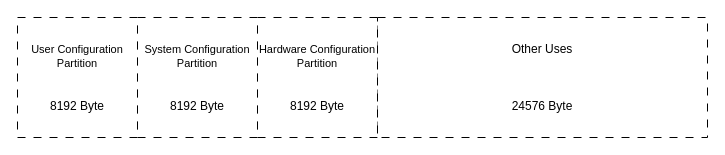
Above: docs/config_eeprom_example.drawio in bristlemouth/bm_core (draw.io), before the change. Source tidied: cells renumbered, new cells numbered last; positions are measured from the earlier drawing's top-left corner, leaving out a move shared by most shapes. Both pictures are drawn from the tidied source at 100%, with x=0, y=0 at pixel (17, 17).
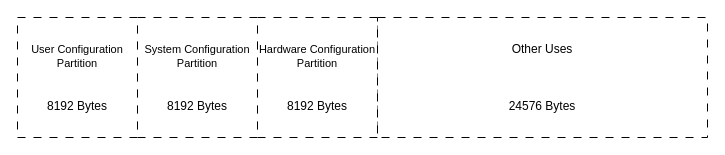
The same page after the edit.

Commit message (it also covers changes not shown here):
Replace keypair with key-value pair or reword it in a better context, also fixes byte in drawio file

Diff of the diagram source:
```diff
@@
 <mxGraphModel>
   <root>
     <mxCell id="0" />
     <mxCell id="1" parent="0" />
-    <mxCell id="2" value="&lt;font style=&quot;font-size: 11px;&quot;&gt;User Configuration Partition&lt;br&gt;&lt;/font&gt;&lt;br&gt;&lt;br&gt;&lt;div&gt;8192 Byte&lt;/div&gt;" style="rounded=0;whiteSpace=wrap;html=1;dashed=1;dashPattern=8 8;" parent="1" vertex="1">
+    <mxCell id="2" value="&lt;font style=&quot;font-size: 11px;&quot;&gt;User Configuration Partition&lt;br&gt;&lt;/font&gt;&lt;br&gt;&lt;br&gt;&lt;div&gt;8192 Bytes&lt;/div&gt;" style="rounded=0;whiteSpace=wrap;html=1;dashed=1;dashPattern=8 8;" parent="1" vertex="1">
       <mxGeometry width="120" height="120" as="geometry" />
     </mxCell>
-    <mxCell id="3" value="&lt;font style=&quot;font-size: 11px;&quot;&gt;System Configuration Partition&lt;br&gt;&lt;/font&gt;&lt;br&gt;&lt;br&gt;&lt;div&gt;8192 Byte&lt;/div&gt;" style="rounded=0;whiteSpace=wrap;html=1;dashed=1;dashPattern=8 8;" parent="1" vertex="1">
+    <mxCell id="3" value="&lt;font style=&quot;font-size: 11px;&quot;&gt;System Configuration Partition&lt;br&gt;&lt;/font&gt;&lt;br&gt;&lt;br&gt;&lt;div&gt;8192 Bytes&lt;/div&gt;" style="rounded=0;whiteSpace=wrap;html=1;dashed=1;dashPattern=8 8;" parent="1" vertex="1">
       <mxGeometry x="120" width="120" height="120" as="geometry" />
     </mxCell>
-    <mxCell id="4" value="&lt;font style=&quot;font-size: 11px;&quot;&gt;Hardware Configuration Partition&lt;br&gt;&lt;/font&gt;&lt;br&gt;&lt;br&gt;&lt;div&gt;8192 Byte&lt;/div&gt;" style="rounded=0;whiteSpace=wrap;html=1;dashed=1;dashPattern=8 8;" parent="1" vertex="1">
+    <mxCell id="4" value="&lt;font style=&quot;font-size: 11px;&quot;&gt;Hardware Configuration Partition&lt;br&gt;&lt;/font&gt;&lt;br&gt;&lt;br&gt;&lt;div&gt;8192 Bytes&lt;/div&gt;" style="rounded=0;whiteSpace=wrap;html=1;dashed=1;dashPattern=8 8;" parent="1" vertex="1">
       <mxGeometry x="240" width="120" height="120" as="geometry" />
     </mxCell>
-    <mxCell id="5" value="Other Uses&lt;br&gt;&lt;br&gt;&lt;br&gt;&lt;br&gt;24576 Byte" style="rounded=0;whiteSpace=wrap;html=1;dashed=1;dashPattern=8 8;" parent="1" vertex="1">
+    <mxCell id="5" value="Other Uses&lt;br&gt;&lt;br&gt;&lt;br&gt;&lt;br&gt;24576 Bytes" style="rounded=0;whiteSpace=wrap;html=1;dashed=1;dashPattern=8 8;" parent="1" vertex="1">
       <mxGeometry x="360" width="330" height="120" as="geometry" />
     </mxCell>
   </root>
 </mxGraphModel>
```
